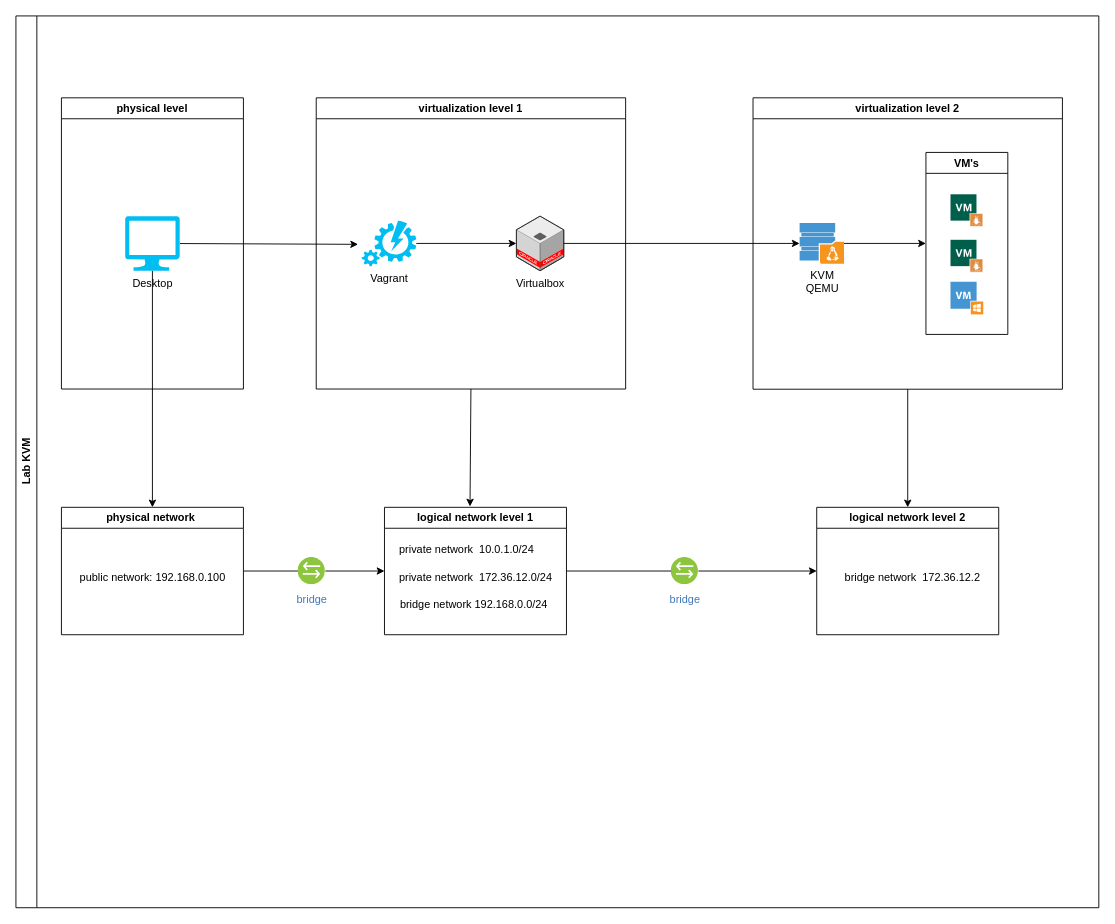
This is lab.drawio from marcossilvestrini/learning-kvm-qemu, a draw.io file, before an edit. Source tidied: cells renumbered, new cells numbered last; positions are measured from the earlier drawing's top-left corner, leaving out a move shared by most shapes. Both pictures are drawn from the tidied source at 91%, with x=0, y=0 at pixel (15, 15).
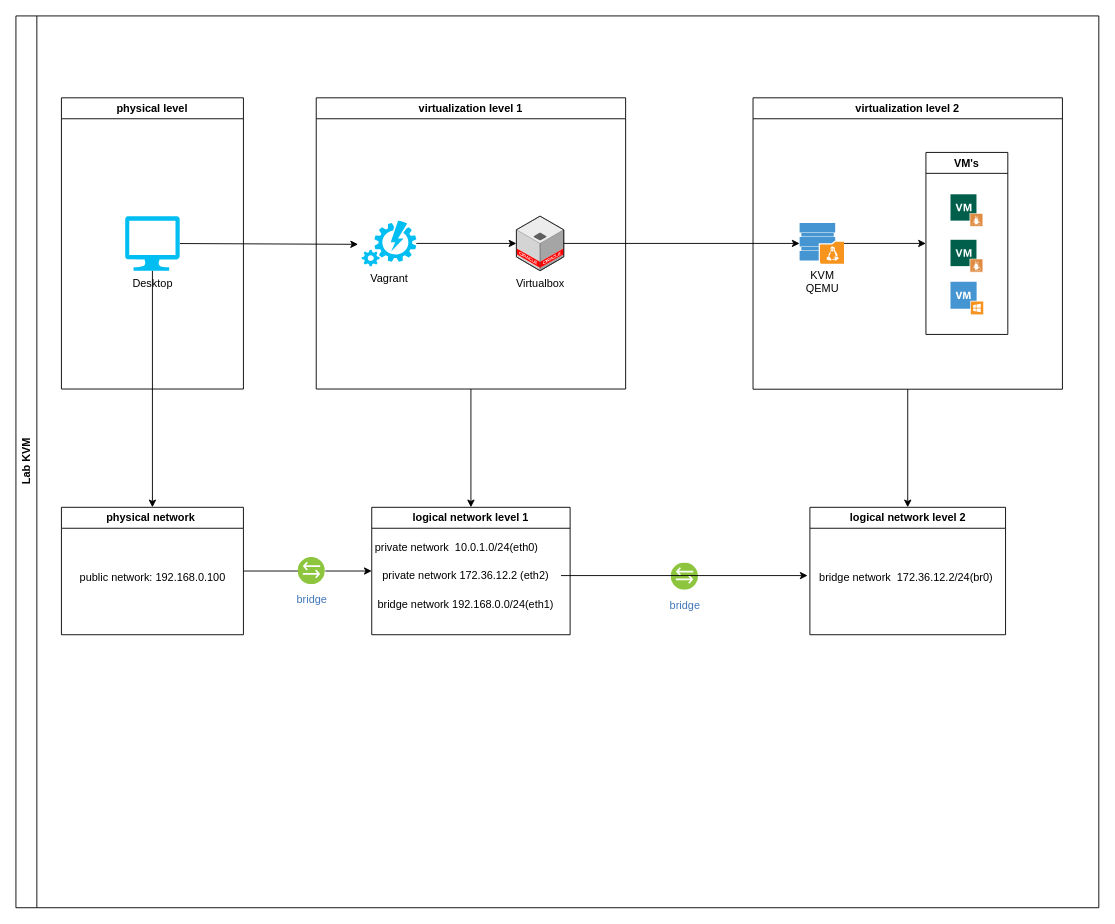
Above is the later version.

Unchanged cells that the change refers to:
```xml
<mxCell id="2" value="Lab KVM" style="swimlane;horizontal=0;whiteSpace=wrap;html=1;" parent="1" vertex="1">
  <mxGeometry width="1190" height="980" as="geometry" />
</mxCell>
<mxCell id="5" value="virtualization level 1" style="swimlane;whiteSpace=wrap;html=1;" parent="2" vertex="1">
  <mxGeometry x="330" y="90" width="340" height="320" as="geometry" />
</mxCell>
```

Change to the diagram source:
```diff
@@
-    <mxCell id="23" style="edgeStyle=none;html=1;startArrow=none;" parent="2" edge="1" source="33" target="28">
-      <mxGeometry relative="1" as="geometry" />
-    </mxCell>
     <mxCell id="24" value="logical network level 1" style="swimlane;whiteSpace=wrap;html=1;" parent="2" vertex="1">
-      <mxGeometry x="405" y="540" width="200" height="140" as="geometry" />
+      <mxGeometry x="391" y="540" width="218" height="140" as="geometry" />
     </mxCell>
-    <mxCell id="25" value="private network&amp;nbsp; 172.36.12.0/24" style="text;html=1;align=center;verticalAlign=middle;points=[];strokeColor=none;fillColor=none;" parent="24" vertex="1">
-      <mxGeometry x="5" y="62" width="190" height="30" as="geometry" />
+    <mxCell id="25" value="private network 172.36.12.2 (eth2)" style="text;html=1;align=center;verticalAlign=middle;points=[];strokeColor=none;fillColor=none;" parent="24" vertex="1">
+      <mxGeometry x="-2" y="60" width="210" height="30" as="geometry" />
     </mxCell>
-    <mxCell id="26" value="private network&amp;nbsp; 10.0.1.0/24" style="text;html=1;align=center;verticalAlign=middle;strokeColor=none;fillColor=none;" parent="24" vertex="1">
-      <mxGeometry x="5" y="32" width="170" height="30" as="geometry" />
+    <mxCell id="26" value="private network&amp;nbsp; 10.0.1.0/24(eth0)" style="text;html=1;align=center;verticalAlign=middle;strokeColor=none;fillColor=none;" parent="24" vertex="1">
+      <mxGeometry x="-7" y="30" width="200" height="30" as="geometry" />
     </mxCell>
-    <mxCell id="27" value="bridge network 192.168.0.0/24" style="text;html=1;align=center;verticalAlign=middle;strokeColor=none;fillColor=none;" parent="24" vertex="1">
-      <mxGeometry x="3" y="92" width="190" height="30" as="geometry" />
+    <mxCell id="27" value="bridge network 192.168.0.0/24(eth1)" style="text;html=1;align=center;verticalAlign=middle;strokeColor=none;fillColor=none;" parent="24" vertex="1">
+      <mxGeometry x="-7" y="92" width="220" height="30" as="geometry" />
     </mxCell>
     <mxCell id="28" value="logical network level 2" style="swimlane;whiteSpace=wrap;html=1;" parent="2" vertex="1">
-      <mxGeometry x="880" y="540" width="200" height="140" as="geometry" />
+      <mxGeometry x="872.5" y="540" width="215" height="140" as="geometry" />
     </mxCell>
-    <mxCell id="29" value="bridge network&amp;nbsp; 172.36.12.2" style="text;html=1;align=center;verticalAlign=middle;strokeColor=none;fillColor=none;" parent="28" vertex="1">
-      <mxGeometry x="15" y="62" width="180" height="30" as="geometry" />
+    <mxCell id="29" value="bridge network&amp;nbsp; 172.36.12.2/24(br0)" style="text;html=1;align=center;verticalAlign=middle;strokeColor=none;fillColor=none;" parent="28" vertex="1">
+      <mxGeometry x="-5" y="62" width="220" height="30" as="geometry" />
     </mxCell>
-    <mxCell id="30" style="edgeStyle=none;html=1;entryX=0.47;entryY=-0.007;entryDx=0;entryDy=0;entryPerimeter=0;exitX=0.5;exitY=1;exitDx=0;exitDy=0;" parent="2" edge="1" source="5" target="24">
+    <mxCell id="30" style="edgeStyle=none;html=1;entryX=0.5;entryY=0;entryDx=0;entryDy=0;exitX=0.5;exitY=1;exitDx=0;exitDy=0;" parent="2" edge="1" source="5" target="24">
       <mxGeometry relative="1" as="geometry" />
     </mxCell>
@@
     <mxCell id="33" value="bridge" style="perimeter=ellipsePerimeter;html=1;align=center;shadow=0;dashed=0;fontColor=#4277BB;labelBackgroundColor=#ffffff;fontSize=12;spacingTop=3;image;image=img/lib/ibm/vpc/Bridge.svg;" parent="2" vertex="1">
-      <mxGeometry x="720" y="595" width="30" height="30" as="geometry" />
+      <mxGeometry x="720" y="601" width="30" height="30" as="geometry" />
     </mxCell>
-    <mxCell id="34" style="edgeStyle=none;html=1;endArrow=none;" parent="2" edge="1" source="24" target="33">
-      <mxGeometry relative="1" as="geometry" />
-    </mxCell>
+    <mxCell id="35" style="edgeStyle=none;html=1;" parent="2" edge="1" source="25">
+      <mxGeometry relative="1" as="geometry">
+        <mxPoint x="870" y="615" as="targetPoint" />
+      </mxGeometry>
+    </mxCell>
```
